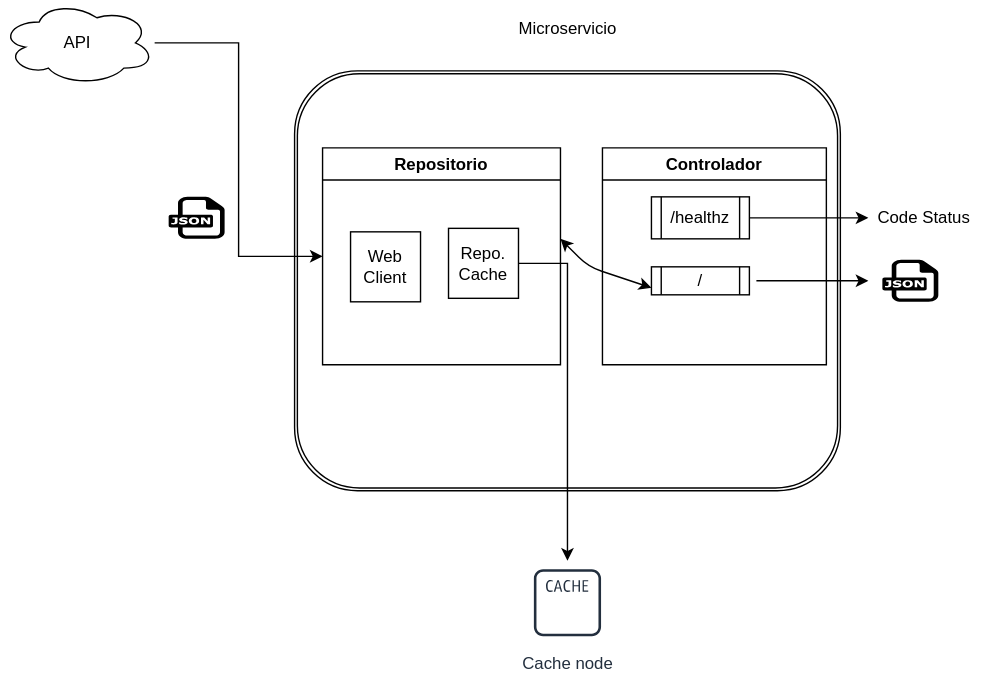
Before: diagrama.drawio.svg, a diagram exported from draw.io (eynson/hackathon21). Source tidied: cells renumbered, new cells last; positions are measured from the earlier drawing's top-left corner, leaving out a move shared by most shapes.
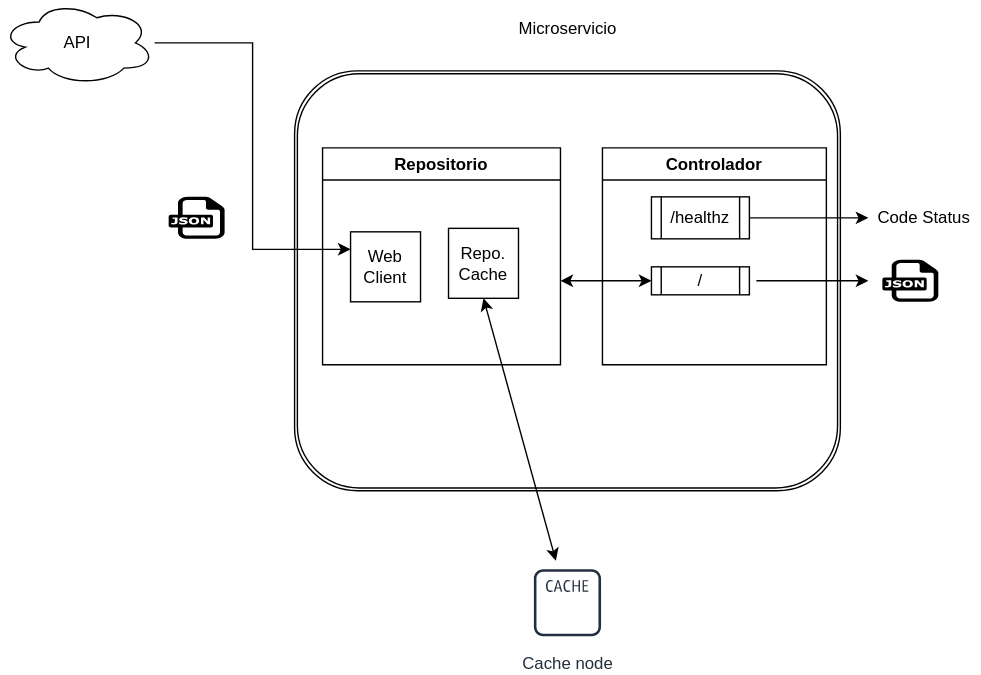
The same diagram one commit later.

Change to the diagram source:
```diff
@@ -5,7 +5,7 @@
     <mxCell id="2" style="shape=ext;double=1;rounded=1;whiteSpace=wrap;html=1;" parent="1" vertex="1">
       <mxGeometry x="210" y="50" width="390" height="300" as="geometry" />
     </mxCell>
-    <mxCell id="3" style="edgeStyle=orthogonalEdgeStyle;rounded=0;jettySize=auto;html=1;entryX=0;entryY=0.5;entryDx=0;entryDy=0;" parent="1" edge="1" source="4" target="11">
+    <mxCell id="3" style="edgeStyle=orthogonalEdgeStyle;rounded=0;jettySize=auto;html=1;entryX=0;entryY=0.25;entryDx=0;entryDy=0;" parent="1" edge="1" source="4" target="19">
       <mxGeometry relative="1" as="geometry" />
     </mxCell>
     <mxCell id="4" value="API&lt;br&gt;" style="ellipse;shape=cloud;whiteSpace=wrap;html=1;" parent="1" vertex="1">
@@ -57,20 +57,16 @@
     <mxCell id="17" style="dashed=0;html=1;align=center;labelPosition=center;verticalLabelPosition=bottom;verticalAlign=top;shape=mxgraph.weblogos.json;" parent="1" vertex="1">
       <mxGeometry x="630" y="185" width="40" height="30" as="geometry" />
     </mxCell>
-    <mxCell id="18" style="endArrow=classic;startArrow=classic;html=1;exitX=0;exitY=0.75;exitDx=0;exitDy=0;" parent="1" edge="1" source="9">
-      <mxGeometry relative="1" as="geometry">
-        <mxPoint x="400" y="170" as="targetPoint" />
-        <Array as="points">
-          <mxPoint x="420" y="190" />
-          <mxPoint x="400" y="170" />
-        </Array>
-      </mxGeometry>
-    </mxCell>
     <mxCell id="19" value="Web&lt;br&gt;Client" style="whiteSpace=wrap;html=1;" parent="1" vertex="1">
       <mxGeometry x="250" y="165" width="50" height="50" as="geometry" />
     </mxCell>
-    <mxCell id="20" style="edgeStyle=orthogonalEdgeStyle;rounded=0;jettySize=auto;html=1;" parent="1" edge="1" source="12" target="6">
+    <mxCell id="20" style="endArrow=classic;startArrow=classic;html=1;exitX=0.5;exitY=1;exitDx=0;exitDy=0;" parent="1" edge="1" source="12" target="6">
       <mxGeometry relative="1" as="geometry" />
     </mxCell>
+    <mxCell id="21" style="endArrow=classic;startArrow=classic;html=1;entryX=0;entryY=0.5;entryDx=0;entryDy=0;" parent="1" edge="1" target="9">
+      <mxGeometry relative="1" as="geometry">
+        <mxPoint x="400" y="200" as="sourcePoint" />
+      </mxGeometry>
+    </mxCell>
   </root>
 </mxGraphModel>
```
